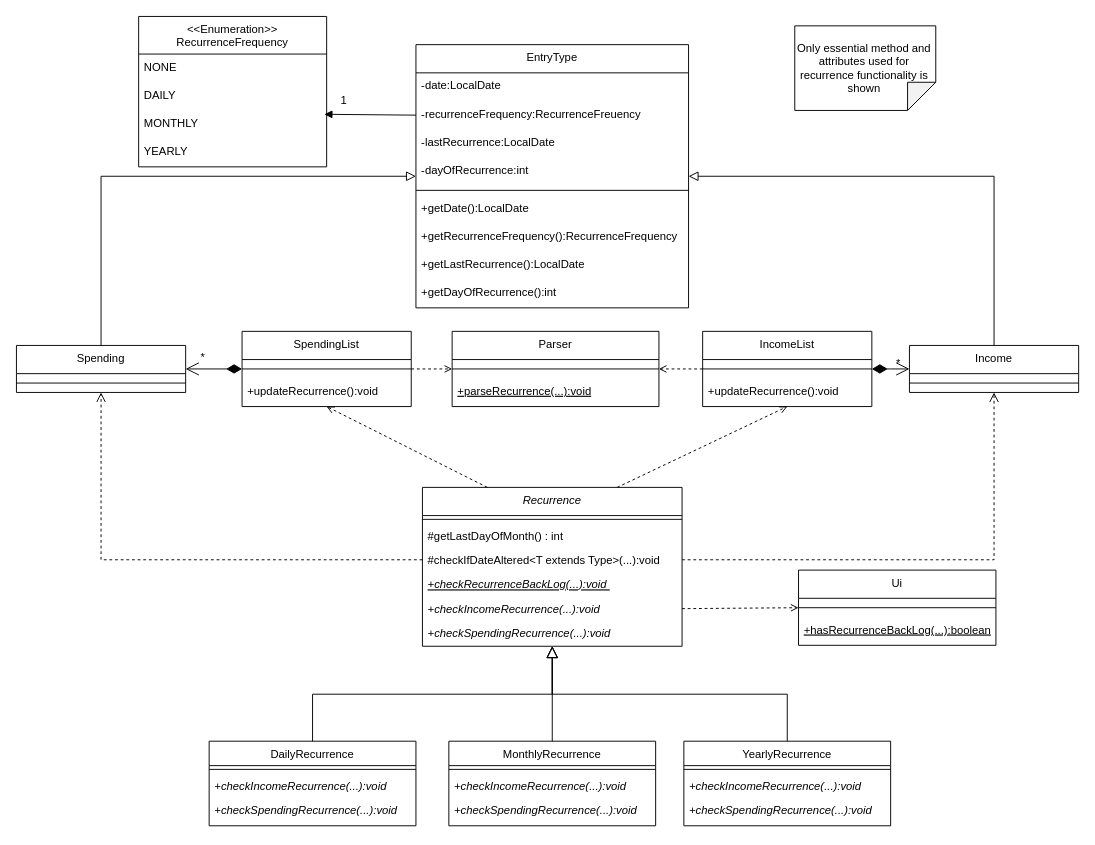
Above: docs/Diagrams/Recurrence/recurrenceCD.drawio in wongwh2002/CS2113TeamProject (draw.io), before the change. Source tidied: cells renumbered, new cells numbered last; positions are measured from the earlier drawing's top-left corner, leaving out a move shared by most shapes. Both pictures are drawn from the tidied source at 94%, with x=0, y=0 at pixel (16, -3).
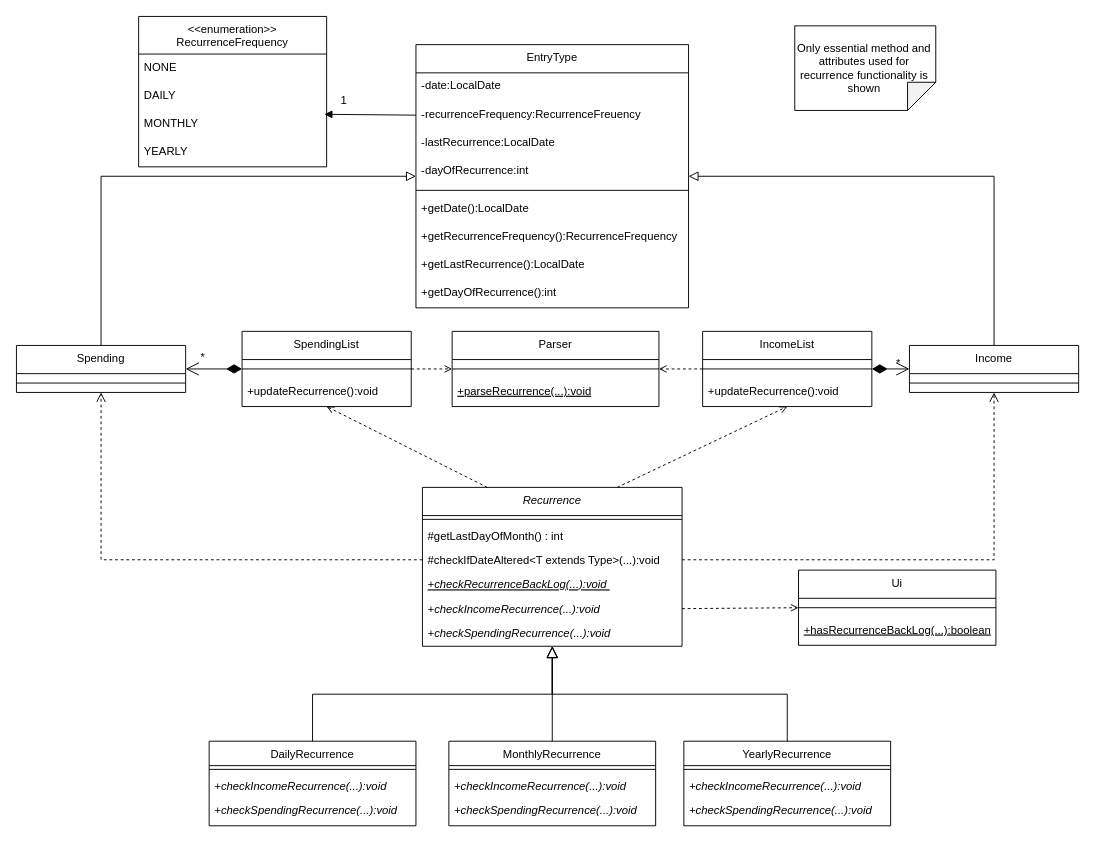
Above is the later version.

Diff of the diagram source:
```diff
@@
-    <mxCell id="59" value="&lt;&lt;Enumeration&gt;&gt;&#10;RecurrenceFrequency" style="swimlane;fontStyle=0;align=center;verticalAlign=top;horizontal=1;startSize=40;rounded=0;shadow=0;strokeWidth=1;fontSize=12;" parent="1" vertex="1">
+    <mxCell id="59" value="&lt;&lt;enumeration&gt;&gt;&#10;RecurrenceFrequency" style="swimlane;fontStyle=0;align=center;verticalAlign=top;horizontal=1;startSize=40;rounded=0;shadow=0;strokeWidth=1;fontSize=12;" parent="1" vertex="1">
       <mxGeometry x="130" y="20" width="200" height="160" as="geometry" />
     </mxCell>
```
